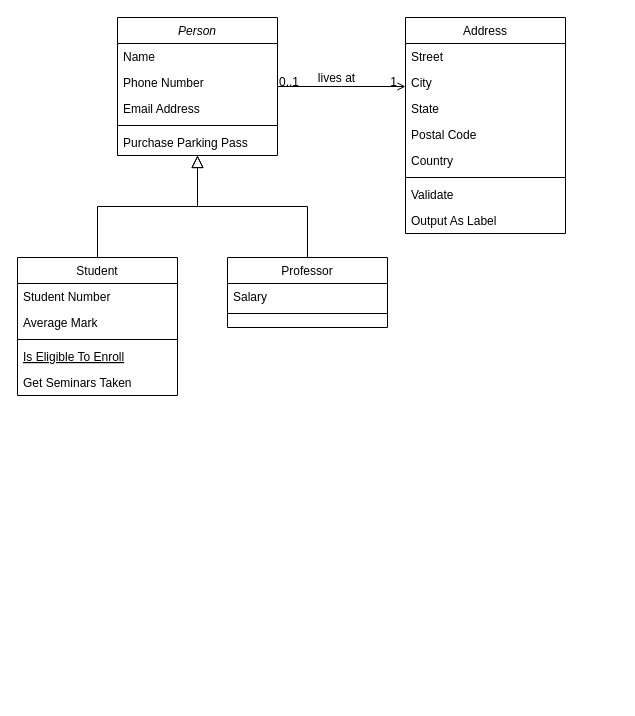
The draw.io diagram page "Class" (2 of 5) of UML_SE.drawio in oak072544/Draw_io, before the edit. Source tidied: cells renumbered, new cells numbered last; positions are measured from the earlier drawing's top-left corner, leaving out a move shared by most shapes. Both pictures are drawn from the tidied source at 100%, with x=0, y=0 at pixel (17, 17).
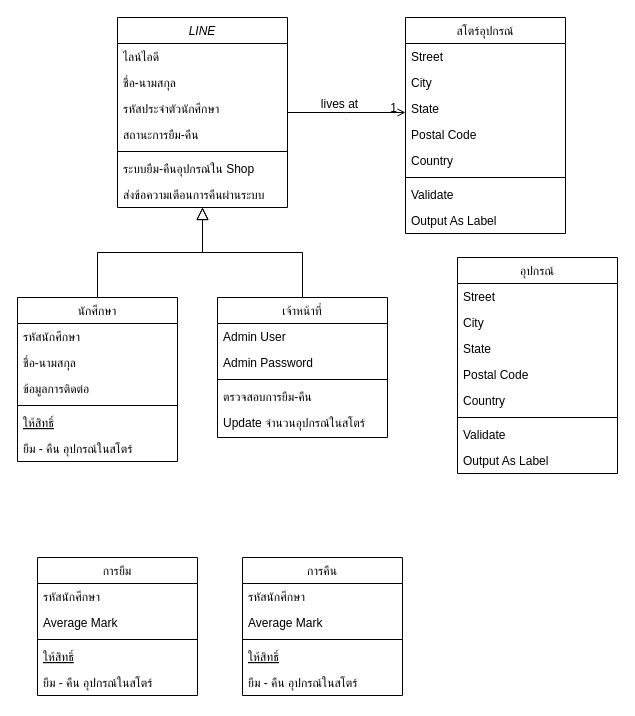
After the change.

The change refers to these unchanged cells:
```xml
<mxCell id="28" style="endArrow=open;shadow=0;strokeWidth=1;rounded=0;endFill=1;edgeStyle=elbowEdgeStyle;elbow=vertical;" parent="1" edge="1" source="2" target="19">
  <mxGeometry x="0.5" y="41" relative="1" as="geometry">
    <mxPoint x="-40" y="32" as="offset" />
  </mxGeometry>
</mxCell>
```

Diff of the diagram source:
```diff
@@
-    <mxCell id="2" value="Person" style="swimlane;fontStyle=2;align=center;verticalAlign=top;horizontal=1;startSize=26;rounded=0;shadow=0;strokeWidth=1;" parent="1" vertex="1">
-      <mxGeometry x="100" width="160" height="138" as="geometry" />
+    <mxCell id="2" value="LINE" style="swimlane;fontStyle=2;align=center;verticalAlign=top;horizontal=1;startSize=26;rounded=0;shadow=0;strokeWidth=1;" parent="1" vertex="1">
+      <mxGeometry x="100" width="170" height="190" as="geometry" />
     </mxCell>
+    <mxCell id="4" value="ไลน์ไอดี" style="text;align=left;verticalAlign=top;spacingLeft=4;spacingRight=4;overflow=hidden;rounded=0;shadow=0;html=0;" parent="2" vertex="1">
+      <mxGeometry y="26" width="170" height="26" as="geometry" />
+    </mxCell>
-    <mxCell id="3" value="Name" style="text;align=left;verticalAlign=top;spacingLeft=4;spacingRight=4;overflow=hidden;" parent="2" vertex="1">
-      <mxGeometry y="26" width="160" height="26" as="geometry" />
+    <mxCell id="3" value="ชื่อ-นามสกุล" style="text;align=left;verticalAlign=top;spacingLeft=4;spacingRight=4;overflow=hidden;" parent="2" vertex="1">
+      <mxGeometry y="52" width="170" height="26" as="geometry" />
     </mxCell>
-    <mxCell id="4" value="Phone Number" style="text;align=left;verticalAlign=top;spacingLeft=4;spacingRight=4;overflow=hidden;rounded=0;shadow=0;html=0;" parent="2" vertex="1">
-      <mxGeometry y="52" width="160" height="26" as="geometry" />
-    </mxCell>
-    <mxCell id="5" value="Email Address" style="text;align=left;verticalAlign=top;spacingLeft=4;spacingRight=4;overflow=hidden;rounded=0;shadow=0;html=0;" parent="2" vertex="1">
-      <mxGeometry y="78" width="160" height="26" as="geometry" />
+    <mxCell id="5" value="รหัสประจำตัวนักศึกษา" style="text;align=left;verticalAlign=top;spacingLeft=4;spacingRight=4;overflow=hidden;rounded=0;shadow=0;html=0;" parent="2" vertex="1">
+      <mxGeometry y="78" width="170" height="26" as="geometry" />
     </mxCell>
+    <mxCell id="32" value="สถานะการยืม-คืน" style="text;align=left;verticalAlign=top;spacingLeft=4;spacingRight=4;overflow=hidden;rounded=0;shadow=0;html=0;" parent="2" vertex="1">
+      <mxGeometry y="104" width="170" height="26" as="geometry" />
+    </mxCell>
     <mxCell id="6" style="line;html=1;strokeWidth=1;align=left;verticalAlign=middle;spacingTop=-1;spacingLeft=3;spacingRight=3;labelPosition=right;" parent="2" vertex="1">
-      <mxGeometry y="104" width="160" height="8" as="geometry" />
+      <mxGeometry y="130" width="170" height="8" as="geometry" />
     </mxCell>
-    <mxCell id="7" value="Purchase Parking Pass" style="text;align=left;verticalAlign=top;spacingLeft=4;spacingRight=4;overflow=hidden;" parent="2" vertex="1">
-      <mxGeometry y="112" width="160" height="26" as="geometry" />
+    <mxCell id="7" value="ระบบยืม-คืนอุปกรณ์ใน Shop" style="text;align=left;verticalAlign=top;spacingLeft=4;spacingRight=4;overflow=hidden;" parent="2" vertex="1">
+      <mxGeometry y="138" width="170" height="26" as="geometry" />
     </mxCell>
+    <mxCell id="33" value="ส่งข้อความเตือนการคืนผ่านระบบ" style="text;align=left;verticalAlign=top;spacingLeft=4;spacingRight=4;overflow=hidden;" parent="2" vertex="1">
+      <mxGeometry y="164" width="170" height="26" as="geometry" />
+    </mxCell>
-    <mxCell id="8" value="Student" style="swimlane;fontStyle=0;align=center;verticalAlign=top;horizontal=1;startSize=26;rounded=0;shadow=0;strokeWidth=1;" parent="1" vertex="1">
-      <mxGeometry y="240" width="160" height="138" as="geometry" />
+    <mxCell id="8" value="นักศึกษา" style="swimlane;fontStyle=0;align=center;verticalAlign=top;horizontal=1;startSize=26;rounded=0;shadow=0;strokeWidth=1;" parent="1" vertex="1">
+      <mxGeometry y="280" width="160" height="164" as="geometry" />
     </mxCell>
-    <mxCell id="9" value="Student Number" style="text;align=left;verticalAlign=top;spacingLeft=4;spacingRight=4;overflow=hidden;" parent="8" vertex="1">
+    <mxCell id="9" value="รหัสนักศึกษา" style="text;align=left;verticalAlign=top;spacingLeft=4;spacingRight=4;overflow=hidden;" parent="8" vertex="1">
       <mxGeometry y="26" width="160" height="26" as="geometry" />
     </mxCell>
+    <mxCell id="34" value="ชื่อ-นามสกุล" style="text;align=left;verticalAlign=top;spacingLeft=4;spacingRight=4;overflow=hidden;" parent="8" vertex="1">
+      <mxGeometry y="52" width="160" height="26" as="geometry" />
+    </mxCell>
-    <mxCell id="10" value="Average Mark" style="text;align=left;verticalAlign=top;spacingLeft=4;spacingRight=4;overflow=hidden;rounded=0;shadow=0;html=0;" parent="8" vertex="1">
-      <mxGeometry y="52" width="160" height="26" as="geometry" />
+    <mxCell id="10" value="ข้อมูลการติดต่อ" style="text;align=left;verticalAlign=top;spacingLeft=4;spacingRight=4;overflow=hidden;rounded=0;shadow=0;html=0;" parent="8" vertex="1">
+      <mxGeometry y="78" width="160" height="26" as="geometry" />
     </mxCell>
     <mxCell id="11" style="line;html=1;strokeWidth=1;align=left;verticalAlign=middle;spacingTop=-1;spacingLeft=3;spacingRight=3;labelPosition=right;" parent="8" vertex="1">
-      <mxGeometry y="78" width="160" height="8" as="geometry" />
+      <mxGeometry y="104" width="160" height="8" as="geometry" />
     </mxCell>
-    <mxCell id="12" value="Is Eligible To Enroll" style="text;align=left;verticalAlign=top;spacingLeft=4;spacingRight=4;overflow=hidden;fontStyle=4;" parent="8" vertex="1">
-      <mxGeometry y="86" width="160" height="26" as="geometry" />
+    <mxCell id="12" value="ให้สิทธิ์" style="text;align=left;verticalAlign=top;spacingLeft=4;spacingRight=4;overflow=hidden;fontStyle=4;" parent="8" vertex="1">
+      <mxGeometry y="112" width="160" height="26" as="geometry" />
     </mxCell>
-    <mxCell id="13" value="Get Seminars Taken" style="text;align=left;verticalAlign=top;spacingLeft=4;spacingRight=4;overflow=hidden;" parent="8" vertex="1">
-      <mxGeometry y="112" width="160" height="26" as="geometry" />
+    <mxCell id="13" value="ยืม - คืน อุปกรณ์ในสโตร์" style="text;align=left;verticalAlign=top;spacingLeft=4;spacingRight=4;overflow=hidden;" parent="8" vertex="1">
+      <mxGeometry y="138" width="160" height="26" as="geometry" />
     </mxCell>
@@
-    <mxCell id="15" value="Professor" style="swimlane;fontStyle=0;align=center;verticalAlign=top;horizontal=1;startSize=26;rounded=0;shadow=0;strokeWidth=1;" parent="1" vertex="1">
-      <mxGeometry x="210" y="240" width="160" height="70" as="geometry" />
+    <mxCell id="15" value="เจ้าหน้าที่" style="swimlane;fontStyle=0;align=center;verticalAlign=top;horizontal=1;startSize=26;rounded=0;shadow=0;strokeWidth=1;" parent="1" vertex="1">
+      <mxGeometry x="200" y="280" width="170" height="140" as="geometry" />
     </mxCell>
-    <mxCell id="16" value="Salary" style="text;align=left;verticalAlign=top;spacingLeft=4;spacingRight=4;overflow=hidden;" parent="15" vertex="1">
-      <mxGeometry y="26" width="160" height="26" as="geometry" />
+    <mxCell id="16" value="Admin User" style="text;align=left;verticalAlign=top;spacingLeft=4;spacingRight=4;overflow=hidden;" parent="15" vertex="1">
+      <mxGeometry y="26" width="170" height="26" as="geometry" />
     </mxCell>
+    <mxCell id="35" value="Admin Password" style="text;align=left;verticalAlign=top;spacingLeft=4;spacingRight=4;overflow=hidden;" parent="15" vertex="1">
+      <mxGeometry y="52" width="170" height="26" as="geometry" />
+    </mxCell>
     <mxCell id="17" style="line;html=1;strokeWidth=1;align=left;verticalAlign=middle;spacingTop=-1;spacingLeft=3;spacingRight=3;labelPosition=right;" parent="15" vertex="1">
-      <mxGeometry y="52" width="160" height="8" as="geometry" />
+      <mxGeometry y="78" width="170" height="8" as="geometry" />
     </mxCell>
+    <mxCell id="36" value="ตรวจสอบการยืม-คืน" style="text;align=left;verticalAlign=top;spacingLeft=4;spacingRight=4;overflow=hidden;" parent="15" vertex="1">
+      <mxGeometry y="86" width="170" height="26" as="geometry" />
+    </mxCell>
+    <mxCell id="37" value="Update จำนวนอุปกรณ์ในสโตร์" style="text;align=left;verticalAlign=top;spacingLeft=4;spacingRight=4;overflow=hidden;" parent="15" vertex="1">
+      <mxGeometry y="112" width="170" height="26" as="geometry" />
+    </mxCell>
@@
-    <mxCell id="19" value="Address" style="swimlane;fontStyle=0;align=center;verticalAlign=top;horizontal=1;startSize=26;rounded=0;shadow=0;strokeWidth=1;" parent="1" vertex="1">
+    <mxCell id="19" value="สโตร์อุปกรณ์" style="swimlane;fontStyle=0;align=center;verticalAlign=top;horizontal=1;startSize=26;rounded=0;shadow=0;strokeWidth=1;" parent="1" vertex="1">
       <mxGeometry x="388" width="160" height="216" as="geometry" />
     </mxCell>
@@
-    <mxCell id="29" value="0..1" style="align=left;verticalAlign=bottom;labelBackgroundColor=none;fontSize=12;" parent="28" vertex="1">
-      <mxGeometry x="-1" relative="1" as="geometry">
-        <mxPoint y="4" as="offset" />
-      </mxGeometry>
-    </mxCell>
@@
+    <mxCell id="38" value="อุปกรณ์" style="swimlane;fontStyle=0;align=center;verticalAlign=top;horizontal=1;startSize=26;rounded=0;shadow=0;strokeWidth=1;" parent="1" vertex="1">
+      <mxGeometry x="440" y="240" width="160" height="216" as="geometry" />
+    </mxCell>
+    <mxCell id="39" value="Street" style="text;align=left;verticalAlign=top;spacingLeft=4;spacingRight=4;overflow=hidden;" parent="38" vertex="1">
+      <mxGeometry y="26" width="160" height="26" as="geometry" />
+    </mxCell>
+    <mxCell id="40" value="City" style="text;align=left;verticalAlign=top;spacingLeft=4;spacingRight=4;overflow=hidden;rounded=0;shadow=0;html=0;" parent="38" vertex="1">
+      <mxGeometry y="52" width="160" height="26" as="geometry" />
+    </mxCell>
+    <mxCell id="41" value="State" style="text;align=left;verticalAlign=top;spacingLeft=4;spacingRight=4;overflow=hidden;rounded=0;shadow=0;html=0;" parent="38" vertex="1">
+      <mxGeometry y="78" width="160" height="26" as="geometry" />
+    </mxCell>
+    <mxCell id="42" value="Postal Code" style="text;align=left;verticalAlign=top;spacingLeft=4;spacingRight=4;overflow=hidden;rounded=0;shadow=0;html=0;" parent="38" vertex="1">
+      <mxGeometry y="104" width="160" height="26" as="geometry" />
+    </mxCell>
+    <mxCell id="43" value="Country" style="text;align=left;verticalAlign=top;spacingLeft=4;spacingRight=4;overflow=hidden;rounded=0;shadow=0;html=0;" parent="38" vertex="1">
+      <mxGeometry y="130" width="160" height="26" as="geometry" />
+    </mxCell>
+    <mxCell id="44" style="line;html=1;strokeWidth=1;align=left;verticalAlign=middle;spacingTop=-1;spacingLeft=3;spacingRight=3;labelPosition=right;" parent="38" vertex="1">
+      <mxGeometry y="156" width="160" height="8" as="geometry" />
+    </mxCell>
+    <mxCell id="45" value="Validate" style="text;align=left;verticalAlign=top;spacingLeft=4;spacingRight=4;overflow=hidden;" parent="38" vertex="1">
+      <mxGeometry y="164" width="160" height="26" as="geometry" />
+    </mxCell>
+    <mxCell id="46" value="Output As Label" style="text;align=left;verticalAlign=top;spacingLeft=4;spacingRight=4;overflow=hidden;" parent="38" vertex="1">
+      <mxGeometry y="190" width="160" height="26" as="geometry" />
+    </mxCell>
+    <mxCell id="47" value="การยืม" style="swimlane;fontStyle=0;align=center;verticalAlign=top;horizontal=1;startSize=26;rounded=0;shadow=0;strokeWidth=1;" parent="1" vertex="1">
+      <mxGeometry x="20" y="540" width="160" height="138" as="geometry" />
+    </mxCell>
+    <mxCell id="48" value="รหัสนักศึกษา" style="text;align=left;verticalAlign=top;spacingLeft=4;spacingRight=4;overflow=hidden;" parent="47" vertex="1">
+      <mxGeometry y="26" width="160" height="26" as="geometry" />
+    </mxCell>
+    <mxCell id="49" value="Average Mark" style="text;align=left;verticalAlign=top;spacingLeft=4;spacingRight=4;overflow=hidden;rounded=0;shadow=0;html=0;" parent="47" vertex="1">
+      <mxGeometry y="52" width="160" height="26" as="geometry" />
+    </mxCell>
+    <mxCell id="50" style="line;html=1;strokeWidth=1;align=left;verticalAlign=middle;spacingTop=-1;spacingLeft=3;spacingRight=3;labelPosition=right;" parent="47" vertex="1">
+      <mxGeometry y="78" width="160" height="8" as="geometry" />
+    </mxCell>
+    <mxCell id="51" value="ให้สิทธิ์" style="text;align=left;verticalAlign=top;spacingLeft=4;spacingRight=4;overflow=hidden;fontStyle=4;" parent="47" vertex="1">
+      <mxGeometry y="86" width="160" height="26" as="geometry" />
+    </mxCell>
+    <mxCell id="52" value="ยืม - คืน อุปกรณ์ในสโตร์" style="text;align=left;verticalAlign=top;spacingLeft=4;spacingRight=4;overflow=hidden;" parent="47" vertex="1">
+      <mxGeometry y="112" width="160" height="26" as="geometry" />
+    </mxCell>
+    <mxCell id="53" value="การคืน" style="swimlane;fontStyle=0;align=center;verticalAlign=top;horizontal=1;startSize=26;rounded=0;shadow=0;strokeWidth=1;" parent="1" vertex="1">
+      <mxGeometry x="225" y="540" width="160" height="138" as="geometry" />
+    </mxCell>
+    <mxCell id="54" value="รหัสนักศึกษา" style="text;align=left;verticalAlign=top;spacingLeft=4;spacingRight=4;overflow=hidden;" parent="53" vertex="1">
+      <mxGeometry y="26" width="160" height="26" as="geometry" />
+    </mxCell>
+    <mxCell id="55" value="Average Mark" style="text;align=left;verticalAlign=top;spacingLeft=4;spacingRight=4;overflow=hidden;rounded=0;shadow=0;html=0;" parent="53" vertex="1">
+      <mxGeometry y="52" width="160" height="26" as="geometry" />
+    </mxCell>
+    <mxCell id="56" style="line;html=1;strokeWidth=1;align=left;verticalAlign=middle;spacingTop=-1;spacingLeft=3;spacingRight=3;labelPosition=right;" parent="53" vertex="1">
+      <mxGeometry y="78" width="160" height="8" as="geometry" />
+    </mxCell>
+    <mxCell id="57" value="ให้สิทธิ์" style="text;align=left;verticalAlign=top;spacingLeft=4;spacingRight=4;overflow=hidden;fontStyle=4;" parent="53" vertex="1">
+      <mxGeometry y="86" width="160" height="26" as="geometry" />
+    </mxCell>
+    <mxCell id="58" value="ยืม - คืน อุปกรณ์ในสโตร์" style="text;align=left;verticalAlign=top;spacingLeft=4;spacingRight=4;overflow=hidden;" parent="53" vertex="1">
+      <mxGeometry y="112" width="160" height="26" as="geometry" />
+    </mxCell>
```
